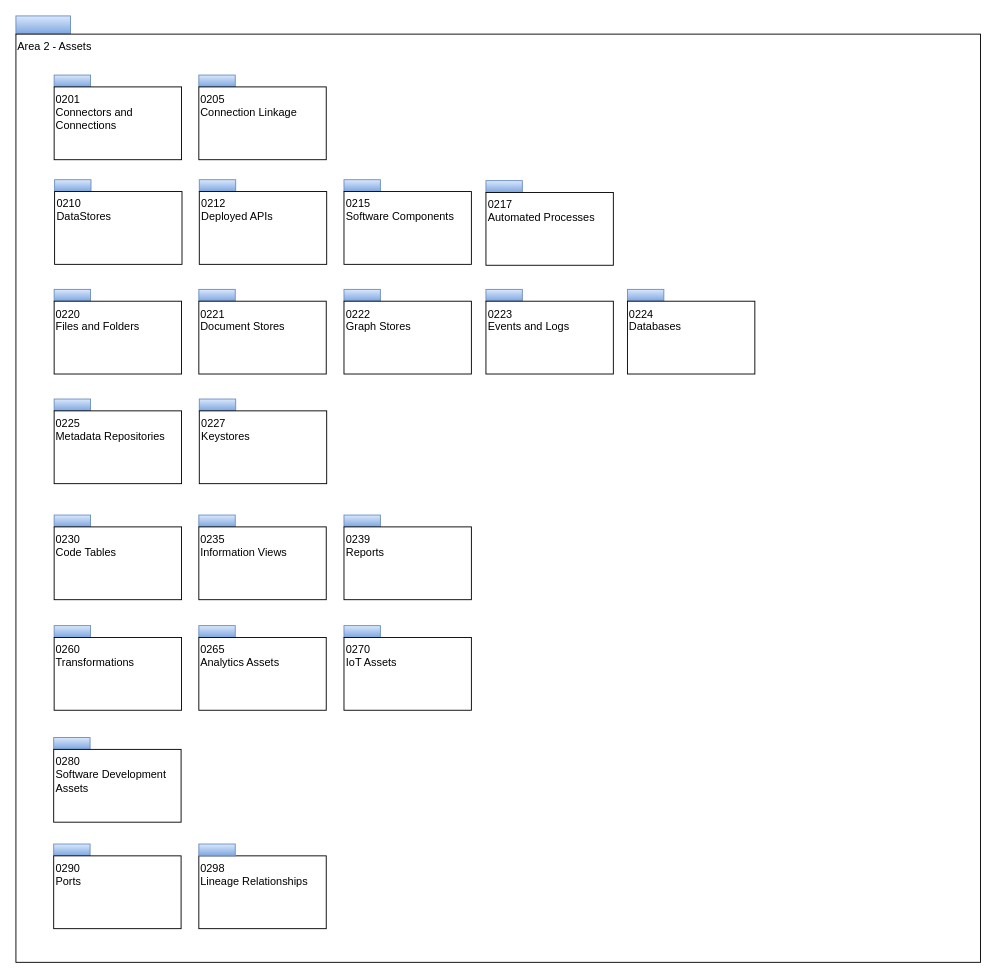
Above: page "Overview" (1 of 12) of open-metadata-publication/website/open-metadata-types/area-2-assets.drawio in odpi/egeria (draw.io), before the change. Source tidied: cells renumbered, new cells numbered last; positions are measured from the earlier drawing's top-left corner, leaving out a move shared by most shapes. Both pictures are drawn from the tidied source at 91%, with x=0, y=0 at pixel (15, 15).
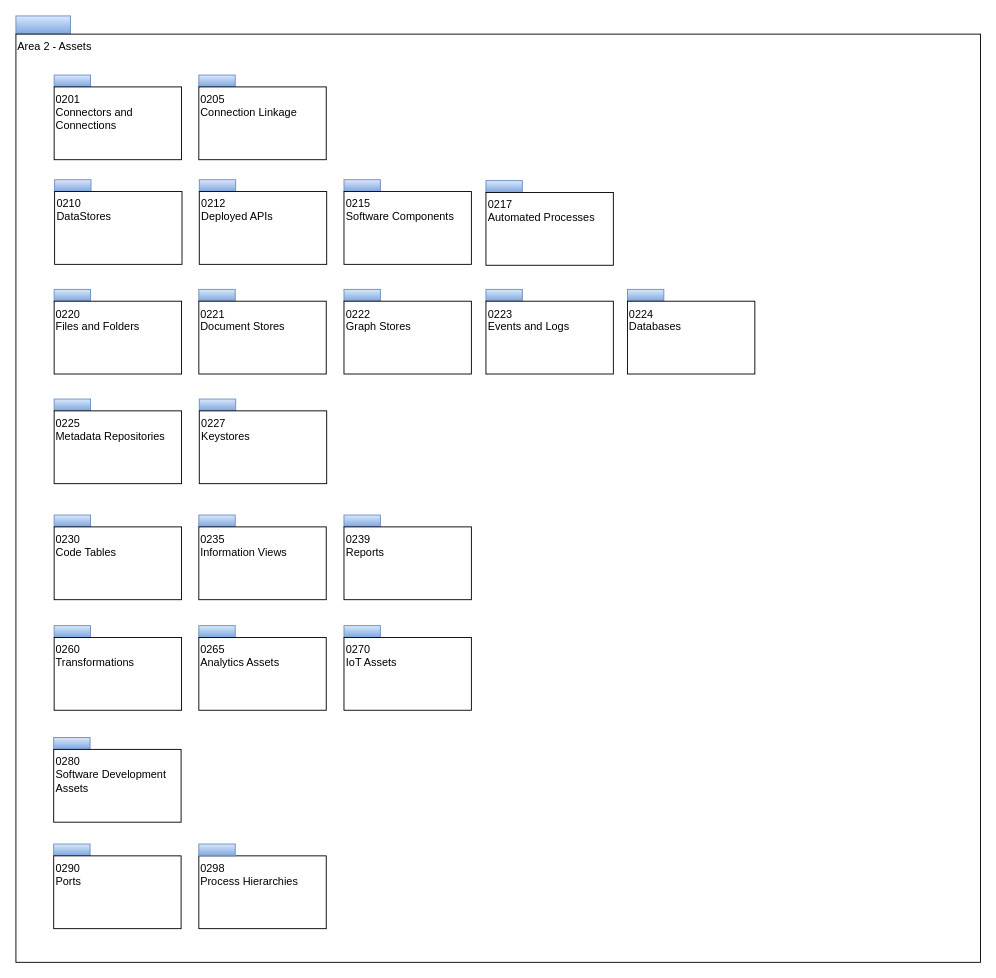
After the change.

Change to the diagram source:
```diff
@@
-    <mxCell id="46" value="0298&lt;br&gt;Lineage Relationships" style="rounded=0;whiteSpace=wrap;html=1;align=left;verticalAlign=top;" parent="1" vertex="1">
+    <mxCell id="46" value="0298&lt;br&gt;Process Hierarchies" style="rounded=0;whiteSpace=wrap;html=1;align=left;verticalAlign=top;" parent="1" vertex="1">
       <mxGeometry x="201" y="923" width="140" height="80" as="geometry" />
     </mxCell>
```
